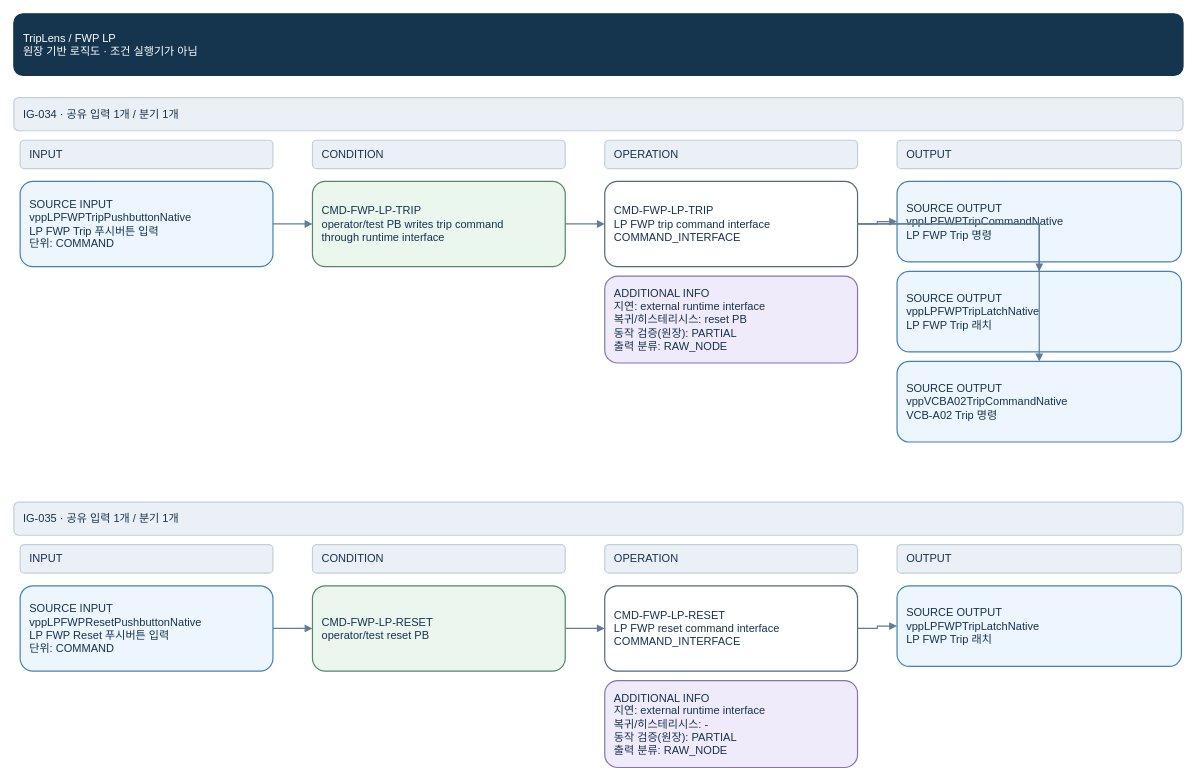
Before: page "FWP LP" (4 of 98) of logic_diagrams/TripLens_Logic_Master_Current_V8.drawio in khaku25/triplens-thermosyspro-cloud-runner, a draw.io diagram. Source tidied: cells renumbered, new cells numbered last; positions are measured from the earlier drawing's top-left corner, leaving out a move shared by most shapes. Both pictures are drawn from the tidied source at 79%, with x=0, y=0 at pixel (13, 13).
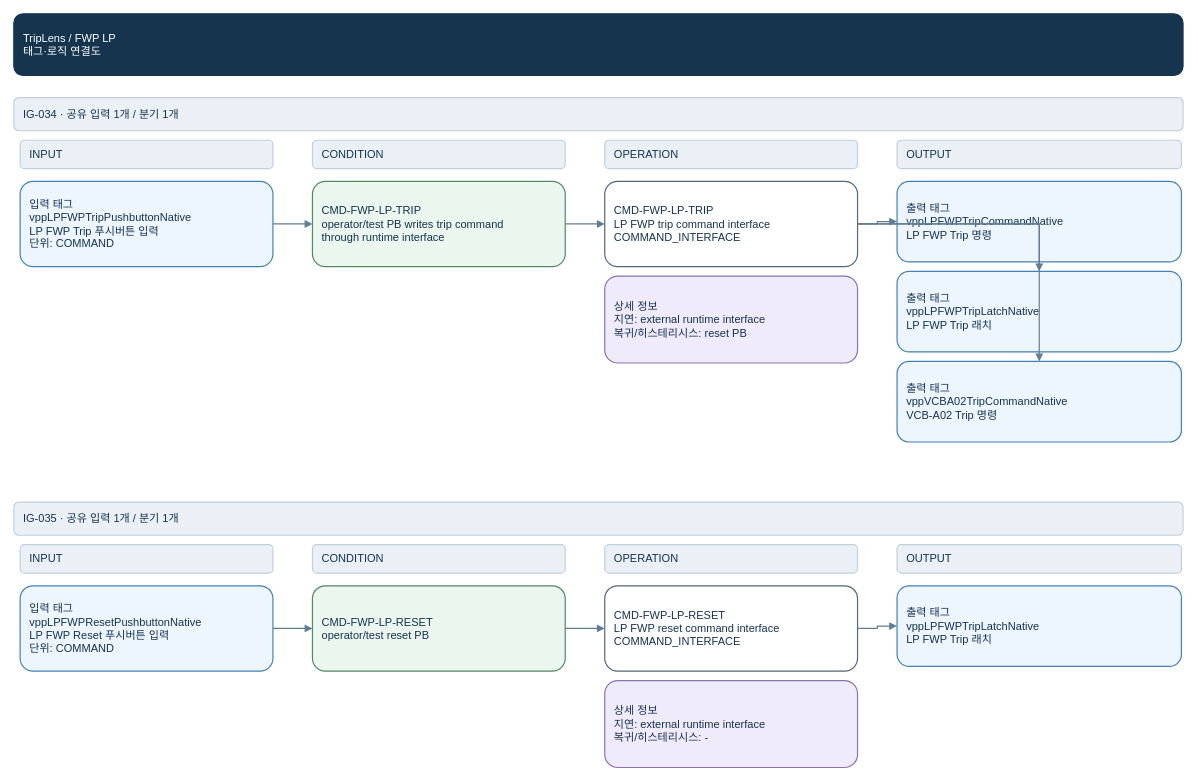
The same diagram, later.

What changed in the source:
```diff
@@
-    <mxCell id="2" value="TripLens  /  FWP LP&#10;원장 기반 로직도 · 조건 실행기가 아님" style="rounded=1;whiteSpace=wrap;html=0;fontFamily=Arial;fontSize=14;align=left;verticalAlign=middle;spacing=12;fillColor=#15354f;strokeColor=#15354f;fontColor=#ffffff;strokeWidth=1.5;" parent="1" vertex="1">
+    <mxCell id="2" value="TripLens  /  FWP LP&#10;태그·로직 연결도" style="rounded=1;whiteSpace=wrap;html=0;fontFamily=Arial;fontSize=14;align=left;verticalAlign=middle;spacing=12;fillColor=#15354f;strokeColor=#15354f;fontColor=#ffffff;strokeWidth=1.5;" parent="1" vertex="1">
       <mxGeometry width="1480" height="78" as="geometry" />
     </mxCell>
@@
-    <mxCell id="8" value="SOURCE INPUT&#10;vppLPFWPTripPushbuttonNative&#10;LP FWP Trip 푸시버튼 입력&#10;단위: COMMAND" style="rounded=1;whiteSpace=wrap;html=0;fontFamily=Arial;fontSize=14;align=left;verticalAlign=middle;spacing=12;fillColor=#edf5ff;strokeColor=#4381b5;fontColor=#16324f;strokeWidth=1.5;" parent="1" vertex="1">
+    <mxCell id="8" value="입력 태그&#10;vppLPFWPTripPushbuttonNative&#10;LP FWP Trip 푸시버튼 입력&#10;단위: COMMAND" style="rounded=1;whiteSpace=wrap;html=0;fontFamily=Arial;fontSize=14;align=left;verticalAlign=middle;spacing=12;fillColor=#edf5ff;strokeColor=#4381b5;fontColor=#16324f;strokeWidth=1.5;" parent="1" vertex="1">
       <mxGeometry x="8" y="212" width="320" height="108" as="geometry" />
     </mxCell>
@@
-    <mxCell id="11" value="ADDITIONAL INFO&#10;지연: external runtime interface&#10;복귀/히스테리시스: reset PB&#10;동작 검증(원장): PARTIAL&#10;출력 분류: RAW_NODE" style="rounded=1;whiteSpace=wrap;html=0;fontFamily=Arial;fontSize=14;align=left;verticalAlign=middle;spacing=12;fillColor=#f0ebfa;strokeColor=#8873b1;fontColor=#16324f;strokeWidth=1.5;" parent="1" vertex="1">
+    <mxCell id="11" value="상세 정보&#10;지연: external runtime interface&#10;복귀/히스테리시스: reset PB" style="rounded=1;whiteSpace=wrap;html=0;fontFamily=Arial;fontSize=14;align=left;verticalAlign=middle;spacing=12;fillColor=#f0ebfa;strokeColor=#8873b1;fontColor=#16324f;strokeWidth=1.5;" parent="1" vertex="1">
       <mxGeometry x="748" y="332" width="320" height="110" as="geometry" />
     </mxCell>
@@
-    <mxCell id="14" value="SOURCE OUTPUT&#10;vppLPFWPTripCommandNative&#10;LP FWP Trip 명령" style="rounded=1;whiteSpace=wrap;html=0;fontFamily=Arial;fontSize=14;align=left;verticalAlign=middle;spacing=12;fillColor=#edf5ff;strokeColor=#4381b5;fontColor=#16324f;strokeWidth=1.5;" parent="1" vertex="1">
+    <mxCell id="14" value="출력 태그&#10;vppLPFWPTripCommandNative&#10;LP FWP Trip 명령" style="rounded=1;whiteSpace=wrap;html=0;fontFamily=Arial;fontSize=14;align=left;verticalAlign=middle;spacing=12;fillColor=#edf5ff;strokeColor=#4381b5;fontColor=#16324f;strokeWidth=1.5;" parent="1" vertex="1">
       <mxGeometry x="1118" y="212" width="360" height="102" as="geometry" />
     </mxCell>
@@
-    <mxCell id="16" value="SOURCE OUTPUT&#10;vppLPFWPTripLatchNative&#10;LP FWP Trip 래치" style="rounded=1;whiteSpace=wrap;html=0;fontFamily=Arial;fontSize=14;align=left;verticalAlign=middle;spacing=12;fillColor=#edf5ff;strokeColor=#4381b5;fontColor=#16324f;strokeWidth=1.5;" parent="1" vertex="1">
+    <mxCell id="16" value="출력 태그&#10;vppLPFWPTripLatchNative&#10;LP FWP Trip 래치" style="rounded=1;whiteSpace=wrap;html=0;fontFamily=Arial;fontSize=14;align=left;verticalAlign=middle;spacing=12;fillColor=#edf5ff;strokeColor=#4381b5;fontColor=#16324f;strokeWidth=1.5;" parent="1" vertex="1">
       <mxGeometry x="1118" y="326" width="360" height="102" as="geometry" />
     </mxCell>
@@
-    <mxCell id="18" value="SOURCE OUTPUT&#10;vppVCBA02TripCommandNative&#10;VCB-A02 Trip 명령" style="rounded=1;whiteSpace=wrap;html=0;fontFamily=Arial;fontSize=14;align=left;verticalAlign=middle;spacing=12;fillColor=#edf5ff;strokeColor=#4381b5;fontColor=#16324f;strokeWidth=1.5;" parent="1" vertex="1">
+    <mxCell id="18" value="출력 태그&#10;vppVCBA02TripCommandNative&#10;VCB-A02 Trip 명령" style="rounded=1;whiteSpace=wrap;html=0;fontFamily=Arial;fontSize=14;align=left;verticalAlign=middle;spacing=12;fillColor=#edf5ff;strokeColor=#4381b5;fontColor=#16324f;strokeWidth=1.5;" parent="1" vertex="1">
       <mxGeometry x="1118" y="440" width="360" height="102" as="geometry" />
     </mxCell>
@@
-    <mxCell id="25" value="SOURCE INPUT&#10;vppLPFWPResetPushbuttonNative&#10;LP FWP Reset 푸시버튼 입력&#10;단위: COMMAND" style="rounded=1;whiteSpace=wrap;html=0;fontFamily=Arial;fontSize=14;align=left;verticalAlign=middle;spacing=12;fillColor=#edf5ff;strokeColor=#4381b5;fontColor=#16324f;strokeWidth=1.5;" parent="1" vertex="1">
+    <mxCell id="25" value="입력 태그&#10;vppLPFWPResetPushbuttonNative&#10;LP FWP Reset 푸시버튼 입력&#10;단위: COMMAND" style="rounded=1;whiteSpace=wrap;html=0;fontFamily=Arial;fontSize=14;align=left;verticalAlign=middle;spacing=12;fillColor=#edf5ff;strokeColor=#4381b5;fontColor=#16324f;strokeWidth=1.5;" parent="1" vertex="1">
       <mxGeometry x="8" y="724" width="320" height="108" as="geometry" />
     </mxCell>
@@
-    <mxCell id="28" value="ADDITIONAL INFO&#10;지연: external runtime interface&#10;복귀/히스테리시스: -&#10;동작 검증(원장): PARTIAL&#10;출력 분류: RAW_NODE" style="rounded=1;whiteSpace=wrap;html=0;fontFamily=Arial;fontSize=14;align=left;verticalAlign=middle;spacing=12;fillColor=#f0ebfa;strokeColor=#8873b1;fontColor=#16324f;strokeWidth=1.5;" parent="1" vertex="1">
+    <mxCell id="28" value="상세 정보&#10;지연: external runtime interface&#10;복귀/히스테리시스: -" style="rounded=1;whiteSpace=wrap;html=0;fontFamily=Arial;fontSize=14;align=left;verticalAlign=middle;spacing=12;fillColor=#f0ebfa;strokeColor=#8873b1;fontColor=#16324f;strokeWidth=1.5;" parent="1" vertex="1">
       <mxGeometry x="748" y="844" width="320" height="110" as="geometry" />
     </mxCell>
@@
-    <mxCell id="31" value="SOURCE OUTPUT&#10;vppLPFWPTripLatchNative&#10;LP FWP Trip 래치" style="rounded=1;whiteSpace=wrap;html=0;fontFamily=Arial;fontSize=14;align=left;verticalAlign=middle;spacing=12;fillColor=#edf5ff;strokeColor=#4381b5;fontColor=#16324f;strokeWidth=1.5;" parent="1" vertex="1">
+    <mxCell id="31" value="출력 태그&#10;vppLPFWPTripLatchNative&#10;LP FWP Trip 래치" style="rounded=1;whiteSpace=wrap;html=0;fontFamily=Arial;fontSize=14;align=left;verticalAlign=middle;spacing=12;fillColor=#edf5ff;strokeColor=#4381b5;fontColor=#16324f;strokeWidth=1.5;" parent="1" vertex="1">
       <mxGeometry x="1118" y="724" width="360" height="102" as="geometry" />
     </mxCell>
```
